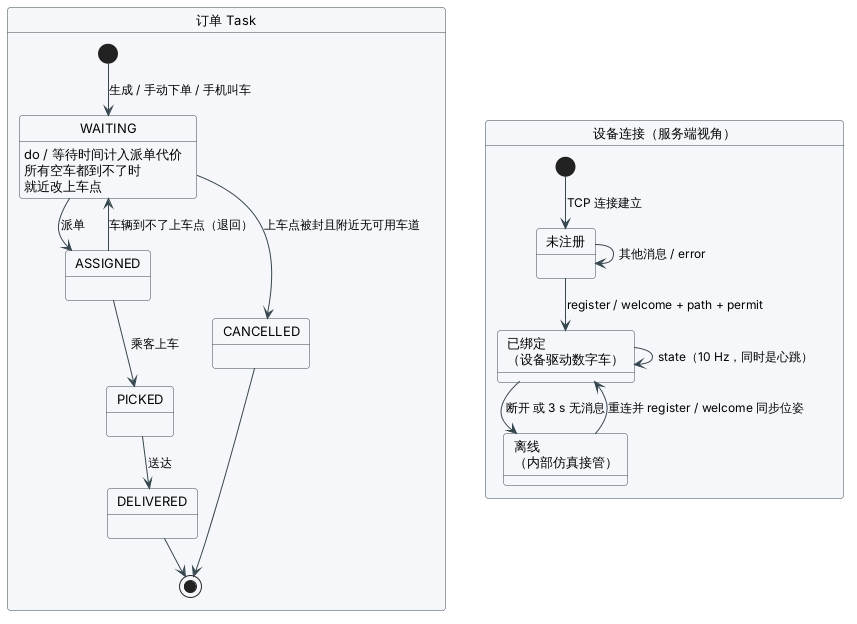
Above: docs/images/uml/state-task.png in fuzeliang1/ZongC (PlantUML), before the change.
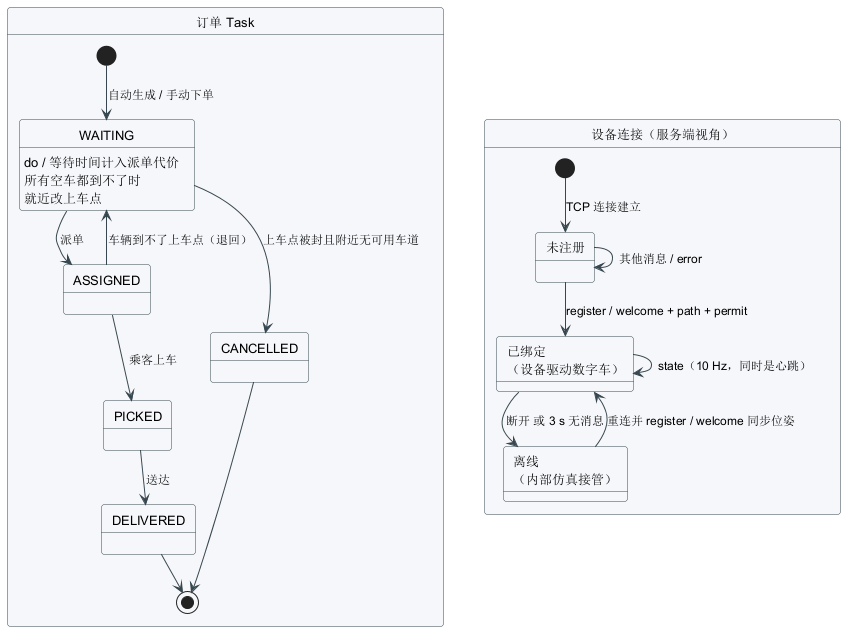
The same file after the commit.

Change to the diagram source:
```diff
@@ -2,7 +2,7 @@
 !include _style.iuml
 
 state "订单 Task" as Order {
-  [*] --> WAITING : 生成 / 手动下单 / 手机叫车
+  [*] --> WAITING : 自动生成 / 手动下单
   WAITING --> ASSIGNED : 派单
   ASSIGNED --> WAITING : 车辆到不了上车点（退回）
   ASSIGNED --> PICKED : 乘客上车
```
